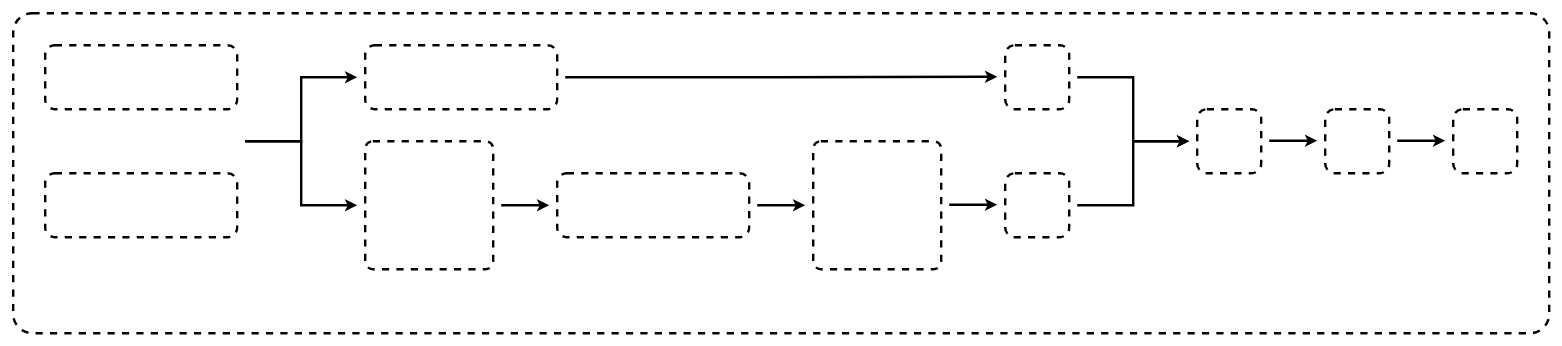
Before: page "Page-2" (2 of 3) of CCS3.drawio in Student2Pro/vnncomp2021, a draw.io diagram. Source tidied: cells renumbered, new cells numbered last; positions are measured from the earlier drawing's top-left corner, leaving out a move shared by most shapes. Both pictures are drawn from the tidied source at 80%, with x=0, y=0 at pixel (13, 13).
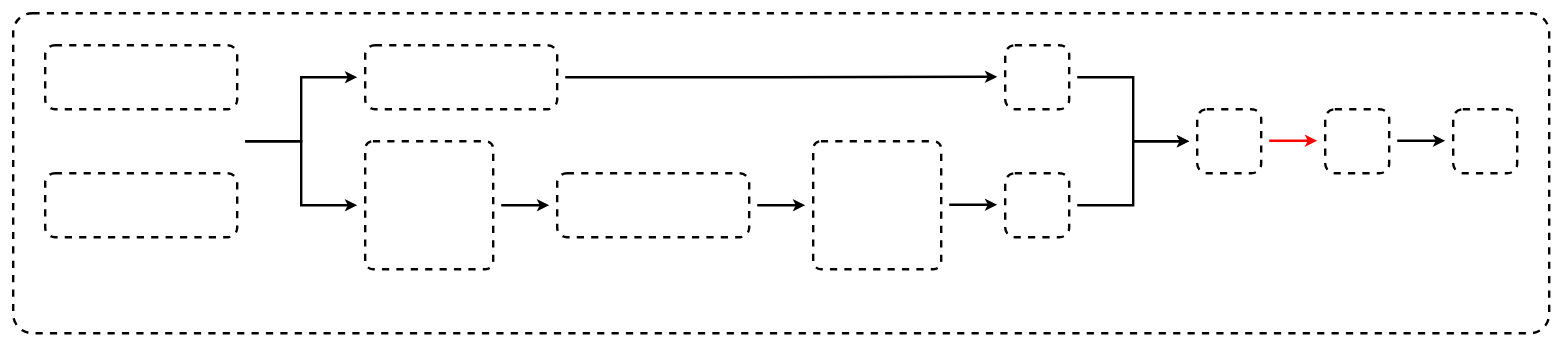
The same page after the edit.

Change to the diagram source:
```diff
@@
-    <mxCell id="20" style="edgeStyle=orthogonalEdgeStyle;rounded=0;orthogonalLoop=1;jettySize=auto;html=1;strokeWidth=3;" parent="1" edge="1">
+    <mxCell id="20" style="edgeStyle=orthogonalEdgeStyle;rounded=0;orthogonalLoop=1;jettySize=auto;html=1;strokeWidth=3;strokeColor=#FF0000;" parent="1" edge="1">
       <mxGeometry relative="1" as="geometry">
         <mxPoint x="1570" y="159.5" as="sourcePoint" />
         <mxPoint x="1630" y="159.5" as="targetPoint" />
       </mxGeometry>
     </mxCell>
```
